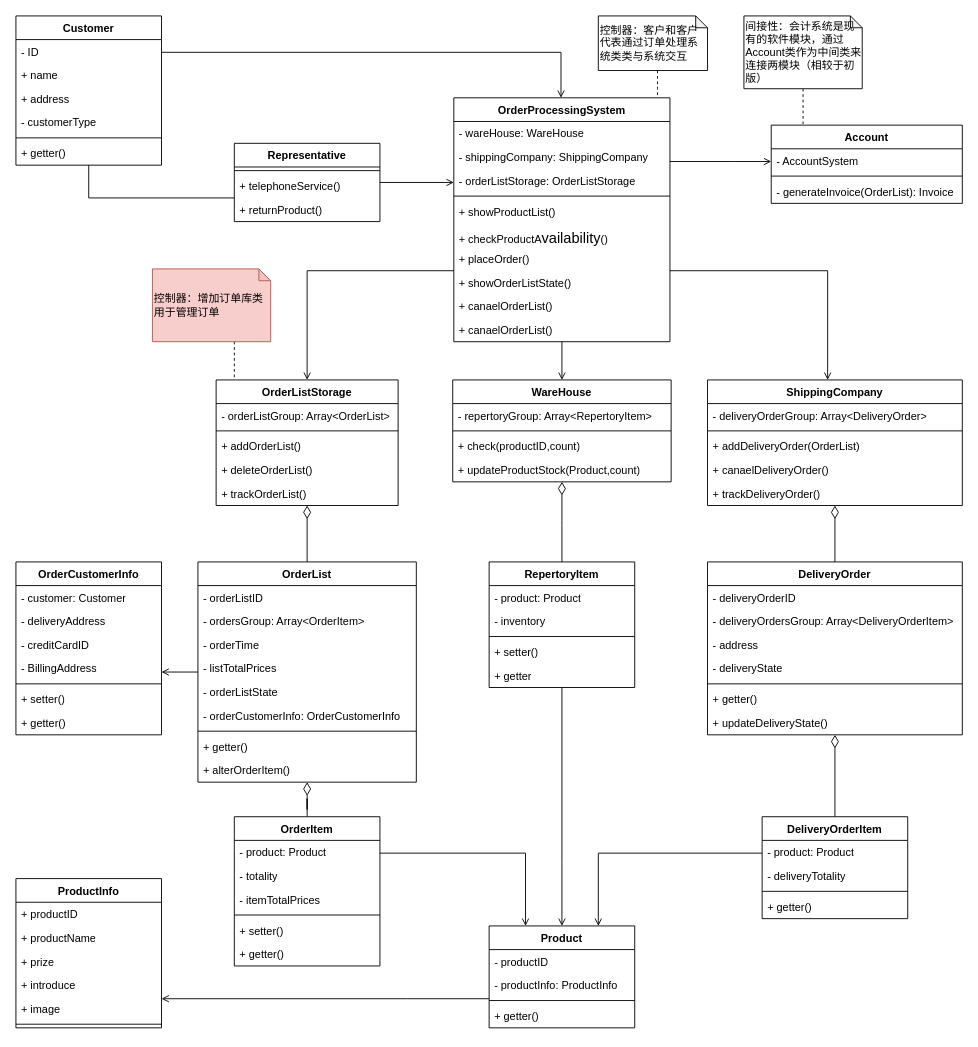
This is orders_Class_improved_again.drawio from yayaer123/drawio_demo, a draw.io file, before an edit. Source tidied: cells renumbered, new cells numbered last; positions are measured from the earlier drawing's top-left corner, leaving out a move shared by most shapes. Both pictures are drawn from the tidied source at 91%, with x=0, y=0 at pixel (15, 15).
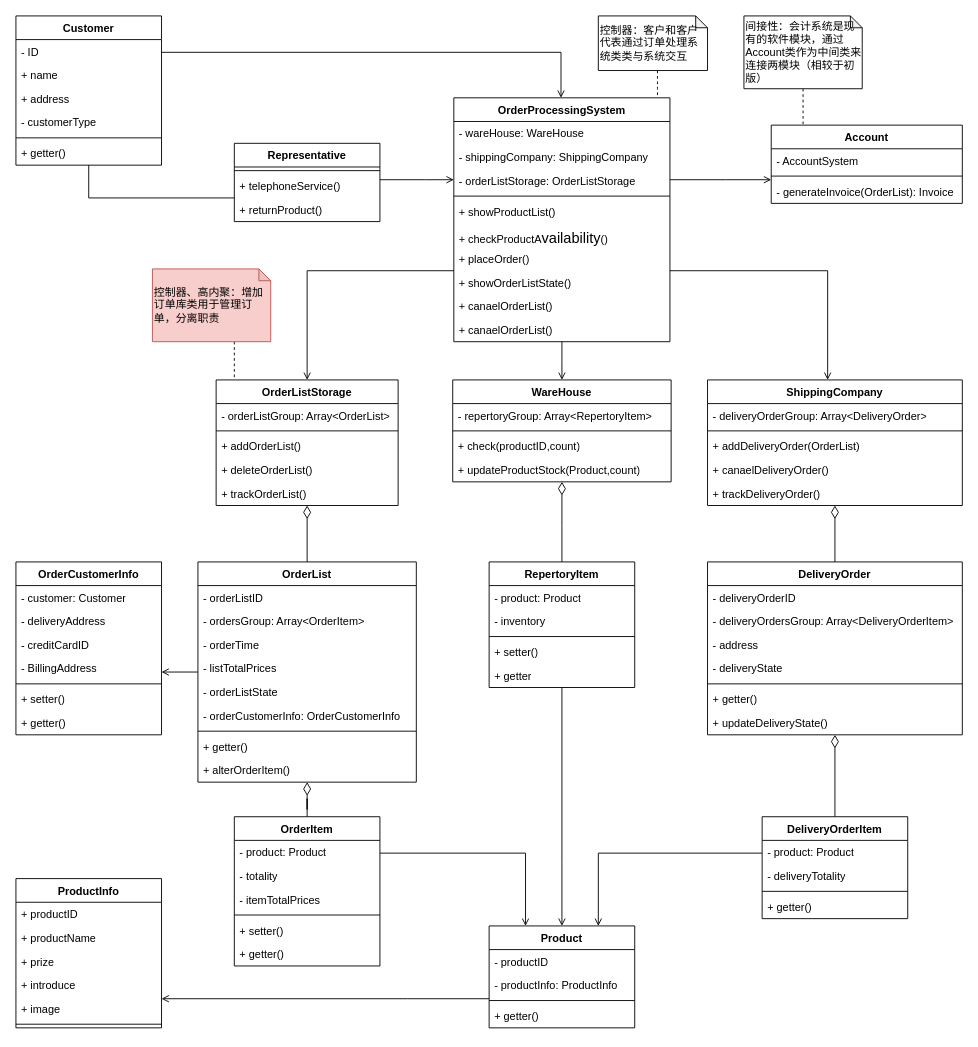
After the change.

The change refers to these unchanged cells:
```xml
<mxCell id="12" value="Representative" style="swimlane;fontStyle=1;align=center;verticalAlign=top;horizontal=1;startSize=26;whiteSpace=wrap;html=1;" parent="1" vertex="1">
  <mxGeometry x="240" y="140" width="160" height="86" as="geometry" />
</mxCell>
<mxCell id="96" value="OrderProcessingSystem" style="swimlane;fontStyle=1;align=center;verticalAlign=top;horizontal=1;startSize=26;whiteSpace=wrap;html=1;" parent="1" vertex="1">
  <mxGeometry x="481.2" y="90" width="237.5" height="268" as="geometry" />
</mxCell>
<mxCell id="107" value="Account" style="swimlane;fontStyle=1;align=center;verticalAlign=top;horizontal=1;startSize=26;whiteSpace=wrap;html=1;" parent="1" vertex="1">
  <mxGeometry x="830" y="120" width="210" height="86" as="geometry" />
</mxCell>
```

Change to the diagram source:
```diff
@@
     <mxCell id="11" style="edgeStyle=orthogonalEdgeStyle;rounded=0;jettySize=auto;html=1;endArrow=open;endFill=0;" parent="1" edge="1" source="12" target="96">
       <mxGeometry relative="1" as="geometry">
         <Array as="points">
-          <mxPoint x="330" y="180" />
-          <mxPoint x="330" y="180" />
+          <mxPoint x="450" y="180" />
+          <mxPoint x="450" y="180" />
         </Array>
       </mxGeometry>
     </mxCell>
@@
     <mxCell id="94" style="edgeStyle=orthogonalEdgeStyle;rounded=0;jettySize=auto;html=1;endArrow=open;endFill=0;" parent="1" edge="1" source="96" target="107">
       <mxGeometry relative="1" as="geometry">
         <Array as="points">
-          <mxPoint x="790" y="160" />
-          <mxPoint x="790" y="160" />
+          <mxPoint x="780" y="180" />
+          <mxPoint x="780" y="180" />
         </Array>
       </mxGeometry>
     </mxCell>
@@
-    <mxCell id="123" value="控制器：增加订单库类用于管理订单" style="shape=note;whiteSpace=wrap;html=1;backgroundOutline=1;darkOpacity=0.05;size=13;align=left;fillColor=#f8cecc;strokeColor=#b85450;" parent="1" vertex="1">
+    <mxCell id="123" value="控制器、高内聚：增加订单库类用于管理订单，分离职责" style="shape=note;whiteSpace=wrap;html=1;backgroundOutline=1;darkOpacity=0.05;size=13;align=left;fillColor=#f8cecc;strokeColor=#b85450;" parent="1" vertex="1">
       <mxGeometry x="150" y="278" width="130" height="80" as="geometry" />
     </mxCell>
```
